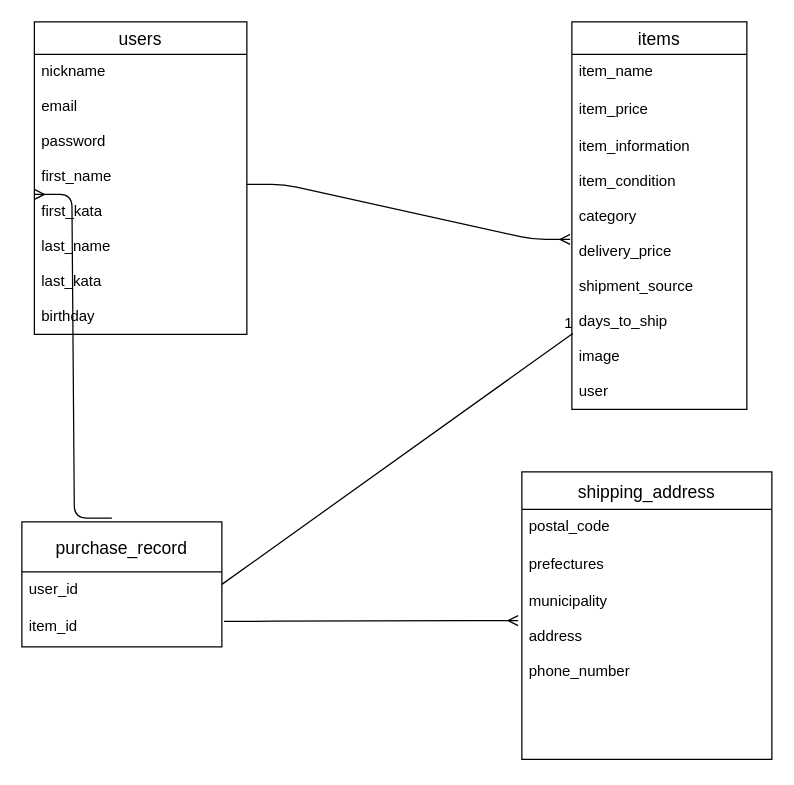
Earlier version of the draw.io diagram app/test.dio (kkk1260/furima-31765). Source tidied: cells renumbered, new cells numbered last; positions are measured from the earlier drawing's top-left corner, leaving out a move shared by most shapes. Both pictures are drawn from the tidied source at 125%, with x=0, y=0 at pixel (21, 21).
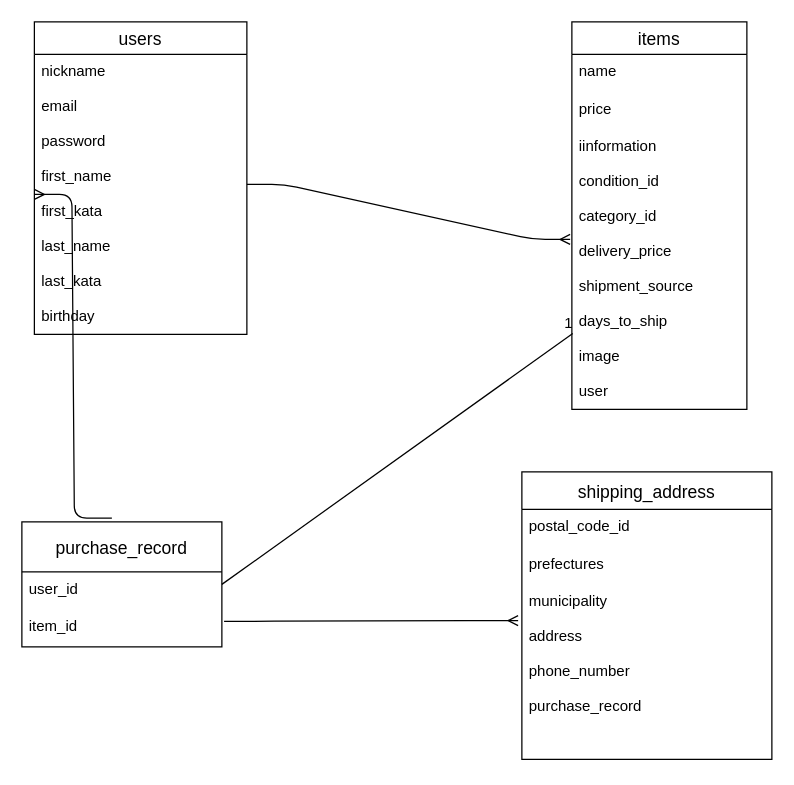
The same page after the edit.

Unchanged cells that the change refers to:
```xml
<mxCell id="2" value="shipping_address" style="swimlane;fontStyle=0;horizontal=1;startSize=30;align=center;fontSize=14;" parent="1" vertex="1">
  <mxGeometry x="400" y="360" width="200" height="230" as="geometry" />
</mxCell>
<mxCell id="13" value="items" style="swimlane;fontStyle=0;horizontal=1;startSize=26;align=center;fontSize=14;" parent="1" vertex="1">
  <mxGeometry x="440" width="140" height="310" as="geometry" />
</mxCell>
```

What changed in the source:
```diff
@@
-    <mxCell id="3" value="postal_code&#10;" style="text;strokeColor=none;fillColor=none;spacingLeft=4;spacingRight=4;overflow=hidden;fontSize=12;" parent="2" vertex="1">
+    <mxCell id="3" value="postal_code_id&#10;" style="text;strokeColor=none;fillColor=none;spacingLeft=4;spacingRight=4;overflow=hidden;fontSize=12;" parent="2" vertex="1">
       <mxGeometry y="30" width="200" height="30" as="geometry" />
     </mxCell>
@@
-    <mxCell id="5" value="municipality&#10;&#10;address&#10;&#10;phone_number" style="text;strokeColor=none;fillColor=none;spacingLeft=4;spacingRight=4;overflow=hidden;points=[[0,0.5],[1,0.5]];portConstraint=eastwest;fontSize=12;" parent="2" vertex="1">
+    <mxCell id="5" value="municipality&#10;&#10;address&#10;&#10;phone_number&#10;&#10;purchase_record" style="text;strokeColor=none;fillColor=none;spacingLeft=4;spacingRight=4;overflow=hidden;points=[[0,0.5],[1,0.5]];portConstraint=eastwest;fontSize=12;" parent="2" vertex="1">
       <mxGeometry y="90" width="200" height="140" as="geometry" />
     </mxCell>
@@
-    <mxCell id="14" value="item_name&#10;" style="text;strokeColor=none;fillColor=none;spacingLeft=4;spacingRight=4;overflow=hidden;fontSize=12;" parent="13" vertex="1">
+    <mxCell id="14" value="name&#10;" style="text;strokeColor=none;fillColor=none;spacingLeft=4;spacingRight=4;overflow=hidden;fontSize=12;" parent="13" vertex="1">
       <mxGeometry y="26" width="140" height="30" as="geometry" />
     </mxCell>
-    <mxCell id="15" value="item_price&#10;&#10;" style="text;strokeColor=none;fillColor=none;spacingLeft=4;spacingRight=4;overflow=hidden;fontSize=12;" parent="13" vertex="1">
+    <mxCell id="15" value="price&#10;&#10;" style="text;strokeColor=none;fillColor=none;spacingLeft=4;spacingRight=4;overflow=hidden;fontSize=12;" parent="13" vertex="1">
       <mxGeometry y="56" width="140" height="30" as="geometry" />
     </mxCell>
-    <mxCell id="16" value="item_information&#10;&#10;item_condition&#10;&#10;category&#10;&#10;delivery_price&#10;&#10;shipment_source&#10;&#10;days_to_ship&#10;&#10;image&#10;&#10;user&#10;" style="text;strokeColor=none;fillColor=none;spacingLeft=4;spacingRight=4;overflow=hidden;points=[[0,0.5],[1,0.5]];portConstraint=eastwest;fontSize=12;" parent="13" vertex="1">
+    <mxCell id="16" value="iinformation&#10;&#10;condition_id&#10;&#10;category_id&#10;&#10;delivery_price&#10;&#10;shipment_source&#10;&#10;days_to_ship&#10;&#10;image&#10;&#10;user&#10;" style="text;strokeColor=none;fillColor=none;spacingLeft=4;spacingRight=4;overflow=hidden;points=[[0,0.5],[1,0.5]];portConstraint=eastwest;fontSize=12;" parent="13" vertex="1">
       <mxGeometry y="86" width="140" height="224" as="geometry" />
     </mxCell>
```
